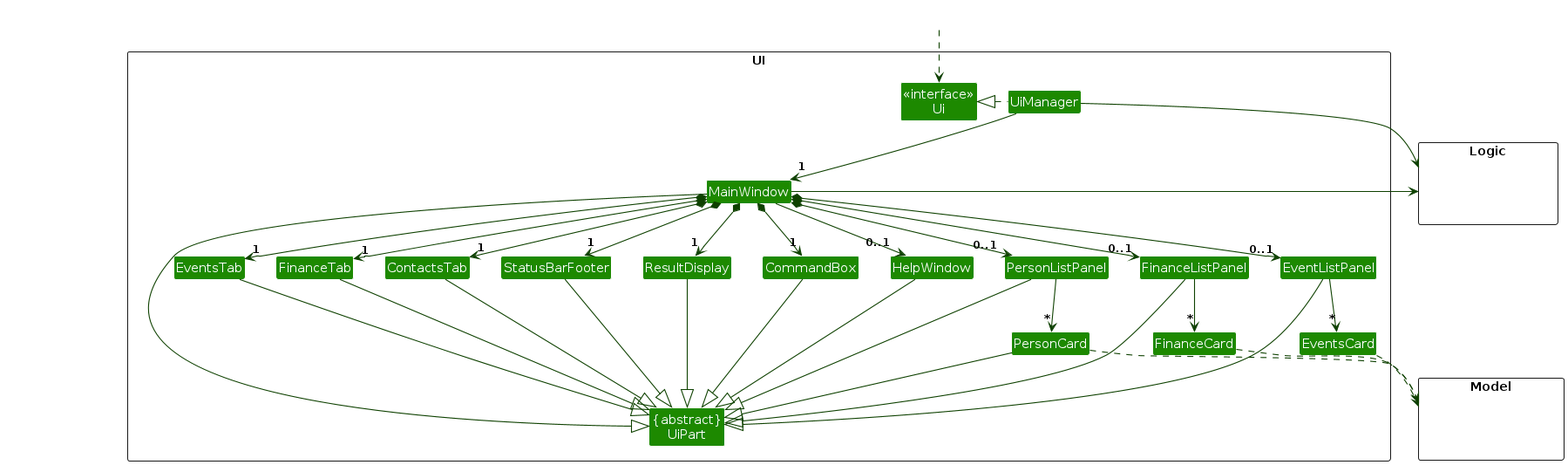
Above: diagrams/UiClassDiagram.png in dloh2236/tp (PlantUML), before the change. Its source is kept beside it as diagrams/UiClassDiagram.puml. The source it was exported from:
```plantuml
@startuml
!include style.puml
skinparam arrowThickness 1.1
skinparam arrowColor UI_COLOR_T4
skinparam classBackgroundColor UI_COLOR

package UI <<Rectangle>>{
Class "<<interface>>\nUi" as Ui
Class "{abstract}\nUiPart" as UiPart
Class UiManager
Class MainWindow
Class HelpWindow
Class ResultDisplay
Class PersonListPanel
Class PersonCard
Class FinanceListPanel
Class FinanceCard
Class EventListPanel
Class EventsCard
Class StatusBarFooter
Class CommandBox
Class ContactsTab
Class FinanceTab
Class EventsTab
}

package Model <<Rectangle>> {
Class HiddenModel #FFFFFF
}

package Logic <<Rectangle>> {
Class HiddenLogic #FFFFFF
}

Class HiddenOutside #FFFFFF
HiddenOutside ..> Ui

UiManager .left.|> Ui
UiManager -down-> "1" MainWindow
MainWindow *-down->  "1" CommandBox
MainWindow *-down-> "1" ResultDisplay
MainWindow *-down-> "0..1" PersonListPanel
MainWindow *-down-> "0..1" FinanceListPanel
MainWindow *-down-> "0..1" EventListPanel
MainWindow *-down-> "1" StatusBarFooter
MainWindow *-down-> "1" ContactsTab
MainWindow *-down-> "1" FinanceTab
MainWindow *-down-> "1" EventsTab
MainWindow --> "0..1" HelpWindow

PersonListPanel -down-> "*" PersonCard
FinanceListPanel -down-> "*" FinanceCard
EventListPanel -down-> "*" EventsCard


MainWindow -left-|> UiPart

ResultDisplay --|> UiPart
CommandBox --|> UiPart
PersonListPanel --|> UiPart
PersonCard --|> UiPart
EventListPanel --|> UiPart
FinanceListPanel --|> UiPart
StatusBarFooter --|> UiPart
HelpWindow --|> UiPart
ContactsTab --|> UiPart
FinanceTab --|> UiPart
EventsTab --|> UiPart

PersonCard ..> Model
FinanceCard ..> Model
EventsCard ..> Model
UiManager -right-> Logic
MainWindow -left-> Logic


PersonListPanel -[hidden]left- HelpWindow
FinanceListPanel -[hidden]left- HelpWindow
EventListPanel -[hidden]left- HelpWindow
HelpWindow -[hidden]left- CommandBox
CommandBox -[hidden]left- ResultDisplay
ResultDisplay -[hidden]left- StatusBarFooter
StatusBarFooter -[hidden]left- ContactsTab
ContactsTab -[hidden]left- FinanceTab
FinanceTab -[hidden]left- EventsTab

MainWindow -[hidden]-|> UiPart
@enduml
```
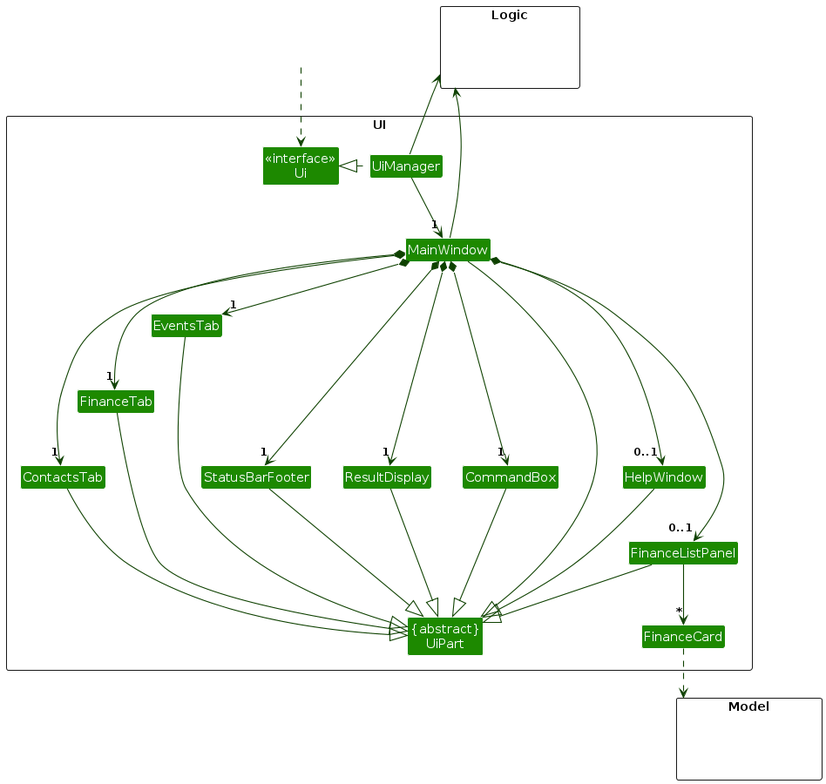
Later version of the same file.

Change to the diagram source:
```diff
@@ -11,12 +11,8 @@
 Class MainWindow
 Class HelpWindow
 Class ResultDisplay
-Class PersonListPanel
-Class PersonCard
 Class FinanceListPanel
 Class FinanceCard
-Class EventListPanel
-Class EventsCard
 Class StatusBarFooter
 Class CommandBox
 Class ContactsTab
@@ -39,27 +35,22 @@
 UiManager -down-> "1" MainWindow
 MainWindow *-down->  "1" CommandBox
 MainWindow *-down-> "1" ResultDisplay
-MainWindow *-down-> "0..1" PersonListPanel
+
 MainWindow *-down-> "0..1" FinanceListPanel
-MainWindow *-down-> "0..1" EventListPanel
 MainWindow *-down-> "1" StatusBarFooter
 MainWindow *-down-> "1" ContactsTab
 MainWindow *-down-> "1" FinanceTab
 MainWindow *-down-> "1" EventsTab
 MainWindow --> "0..1" HelpWindow
 
-PersonListPanel -down-> "*" PersonCard
+
 FinanceListPanel -down-> "*" FinanceCard
-EventListPanel -down-> "*" EventsCard
 
 
 MainWindow -left-|> UiPart
 
 ResultDisplay --|> UiPart
 CommandBox --|> UiPart
-PersonListPanel --|> UiPart
-PersonCard --|> UiPart
-EventListPanel --|> UiPart
 FinanceListPanel --|> UiPart
 StatusBarFooter --|> UiPart
 HelpWindow --|> UiPart
@@ -67,22 +58,19 @@
 FinanceTab --|> UiPart
 EventsTab --|> UiPart
 
-PersonCard ..> Model
+
 FinanceCard ..> Model
-EventsCard ..> Model
-UiManager -right-> Logic
-MainWindow -left-> Logic
+UiManager -up-> Logic
+MainWindow -up-> Logic
 
 
-PersonListPanel -[hidden]left- HelpWindow
-FinanceListPanel -[hidden]left- HelpWindow
-EventListPanel -[hidden]left- HelpWindow
+FinanceListPanel -[hidden]up- HelpWindow
 HelpWindow -[hidden]left- CommandBox
 CommandBox -[hidden]left- ResultDisplay
 ResultDisplay -[hidden]left- StatusBarFooter
 StatusBarFooter -[hidden]left- ContactsTab
-ContactsTab -[hidden]left- FinanceTab
-FinanceTab -[hidden]left- EventsTab
+ContactsTab -[hidden]up- FinanceTab
+FinanceTab -[hidden]up- EventsTab
 
 MainWindow -[hidden]-|> UiPart
 @enduml
```
